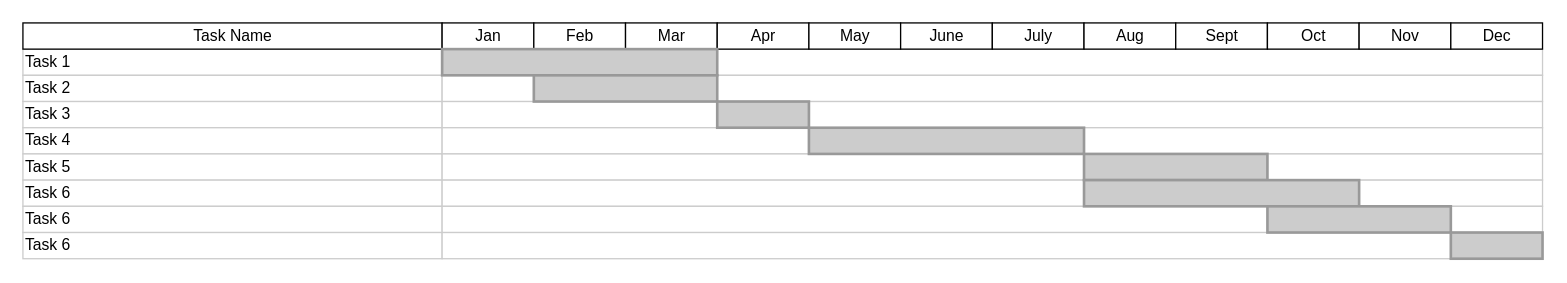
VioletBenin/_Graduation_Project keeps this draw.io diagram as gant.drawio. Above is the earlier version. Source tidied: cells renumbered, new cells numbered last; positions are measured from the earlier drawing's top-left corner, leaving out a move shared by most shapes. Both pictures are drawn from the tidied source at 131%, with x=0, y=0 at pixel (22, 22).
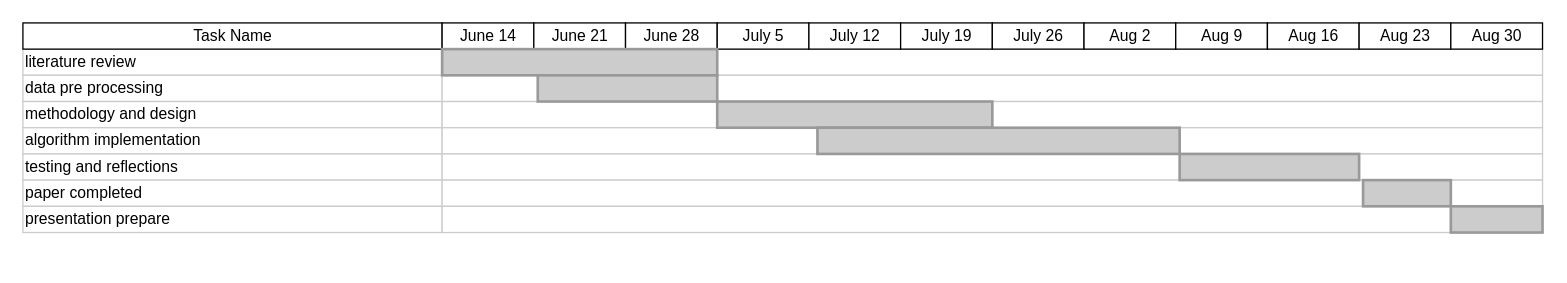
Above is the later version.

What changed in the source:
```diff
@@
-    <mxCell id="2" value="Task 1" style="align=left;strokeColor=#CCCCCC;html=1;" parent="1" vertex="1">
+    <mxCell id="2" value="literature review" style="align=left;strokeColor=#CCCCCC;html=1;" parent="1" vertex="1">
       <mxGeometry y="20" width="320" height="20" as="geometry" />
     </mxCell>
-    <mxCell id="3" value="Task 2" style="align=left;strokeColor=#CCCCCC;html=1;" parent="1" vertex="1">
+    <mxCell id="3" value="data pre processing" style="align=left;strokeColor=#CCCCCC;html=1;" parent="1" vertex="1">
       <mxGeometry y="40" width="320" height="20" as="geometry" />
     </mxCell>
-    <mxCell id="4" value="Task 3" style="align=left;strokeColor=#CCCCCC;html=1;" parent="1" vertex="1">
+    <mxCell id="4" value="methodology and design" style="align=left;strokeColor=#CCCCCC;html=1;" parent="1" vertex="1">
       <mxGeometry y="60" width="320" height="20" as="geometry" />
     </mxCell>
-    <mxCell id="5" value="Task 4" style="align=left;strokeColor=#CCCCCC;html=1;" parent="1" vertex="1">
-      <mxGeometry y="80" width="320" height="20" as="geometry" />
-    </mxCell>
-    <mxCell id="6" value="Task 5" style="align=left;strokeColor=#CCCCCC;html=1;" parent="1" vertex="1">
-      <mxGeometry y="100" width="320" height="20" as="geometry" />
+    <mxCell id="6" value="algorithm implementation" style="align=left;strokeColor=#CCCCCC;html=1;" parent="1" vertex="1">
+      <mxGeometry y="80" width="320" height="20" as="geometry" />
     </mxCell>
-    <mxCell id="7" value="Task 6" style="align=left;strokeColor=#CCCCCC;html=1;" parent="1" vertex="1">
-      <mxGeometry y="120" width="320" height="20" as="geometry" />
+    <mxCell id="7" value="testing and reflections" style="align=left;strokeColor=#CCCCCC;html=1;" parent="1" vertex="1">
+      <mxGeometry y="100" width="320" height="20" as="geometry" />
     </mxCell>
@@
-    <mxCell id="9" value="Task 6" style="align=left;strokeColor=#CCCCCC;html=1;" parent="1" vertex="1">
-      <mxGeometry y="140" width="320" height="20" as="geometry" />
+    <mxCell id="9" value="paper completed" style="align=left;strokeColor=#CCCCCC;html=1;" parent="1" vertex="1">
+      <mxGeometry y="120" width="320" height="20" as="geometry" />
     </mxCell>
-    <mxCell id="10" value="Task 6" style="align=left;strokeColor=#CCCCCC;html=1;" parent="1" vertex="1">
-      <mxGeometry y="160" width="320" height="20" as="geometry" />
+    <mxCell id="10" value="presentation prepare" style="align=left;strokeColor=#CCCCCC;html=1;" parent="1" vertex="1">
+      <mxGeometry y="140" width="320" height="20" as="geometry" />
     </mxCell>
@@
-    <mxCell id="12" value="Jan" style="strokeWidth=1;fontStyle=0;html=1;" parent="1" vertex="1">
+    <mxCell id="12" value="June 14" style="strokeWidth=1;fontStyle=0;html=1;" parent="1" vertex="1">
       <mxGeometry x="320" width="70" height="20" as="geometry" />
     </mxCell>
-    <mxCell id="13" value="Feb" style="strokeWidth=1;fontStyle=0;html=1;" parent="1" vertex="1">
+    <mxCell id="13" value="June 21" style="strokeWidth=1;fontStyle=0;html=1;" parent="1" vertex="1">
       <mxGeometry x="390" width="70" height="20" as="geometry" />
     </mxCell>
-    <mxCell id="14" value="Mar" style="strokeWidth=1;fontStyle=0;html=1;" parent="1" vertex="1">
+    <mxCell id="14" value="June 28" style="strokeWidth=1;fontStyle=0;html=1;" parent="1" vertex="1">
       <mxGeometry x="460" width="70" height="20" as="geometry" />
     </mxCell>
-    <mxCell id="15" value="Apr" style="strokeWidth=1;fontStyle=0;html=1;" parent="1" vertex="1">
+    <mxCell id="15" value="July 5" style="strokeWidth=1;fontStyle=0;html=1;" parent="1" vertex="1">
       <mxGeometry x="530" width="70" height="20" as="geometry" />
     </mxCell>
-    <mxCell id="16" value="May" style="strokeWidth=1;fontStyle=0;html=1;" parent="1" vertex="1">
+    <mxCell id="16" value="July 12" style="strokeWidth=1;fontStyle=0;html=1;" parent="1" vertex="1">
       <mxGeometry x="600" width="70" height="20" as="geometry" />
     </mxCell>
-    <mxCell id="17" value="June" style="strokeWidth=1;fontStyle=0;html=1;" parent="1" vertex="1">
+    <mxCell id="17" value="July 19" style="strokeWidth=1;fontStyle=0;html=1;" parent="1" vertex="1">
       <mxGeometry x="670" width="70" height="20" as="geometry" />
     </mxCell>
-    <mxCell id="18" value="July" style="strokeWidth=1;fontStyle=0;html=1;" parent="1" vertex="1">
+    <mxCell id="18" value="July 26" style="strokeWidth=1;fontStyle=0;html=1;" parent="1" vertex="1">
       <mxGeometry x="740" width="70" height="20" as="geometry" />
     </mxCell>
-    <mxCell id="19" value="Aug" style="strokeWidth=1;fontStyle=0;html=1;" parent="1" vertex="1">
+    <mxCell id="19" value="Aug 2" style="strokeWidth=1;fontStyle=0;html=1;" parent="1" vertex="1">
       <mxGeometry x="810" width="70" height="20" as="geometry" />
     </mxCell>
-    <mxCell id="20" value="Sept" style="strokeWidth=1;fontStyle=0;html=1;" parent="1" vertex="1">
+    <mxCell id="20" value="Aug 9" style="strokeWidth=1;fontStyle=0;html=1;" parent="1" vertex="1">
       <mxGeometry x="880" width="70" height="20" as="geometry" />
     </mxCell>
-    <mxCell id="21" value="Oct" style="strokeWidth=1;fontStyle=0;html=1;" parent="1" vertex="1">
+    <mxCell id="21" value="Aug 16" style="strokeWidth=1;fontStyle=0;html=1;" parent="1" vertex="1">
       <mxGeometry x="950" width="70" height="20" as="geometry" />
     </mxCell>
-    <mxCell id="22" value="Nov" style="strokeWidth=1;fontStyle=0;html=1;" parent="1" vertex="1">
+    <mxCell id="22" value="Aug 23" style="strokeWidth=1;fontStyle=0;html=1;" parent="1" vertex="1">
       <mxGeometry x="1020" width="70" height="20" as="geometry" />
     </mxCell>
-    <mxCell id="23" value="Dec" style="strokeWidth=1;fontStyle=0;html=1;" parent="1" vertex="1">
+    <mxCell id="23" value="Aug 30" style="strokeWidth=1;fontStyle=0;html=1;" parent="1" vertex="1">
       <mxGeometry x="1090" width="70" height="20" as="geometry" />
     </mxCell>
@@
-    <mxCell id="26" style="align=left;strokeColor=#CCCCCC;html=1;" parent="1" vertex="1">
-      <mxGeometry x="320" y="80" width="840" height="20" as="geometry" />
-    </mxCell>
     <mxCell id="27" style="align=left;strokeColor=#CCCCCC;html=1;" parent="1" vertex="1">
-      <mxGeometry x="320" y="100" width="840" height="20" as="geometry" />
+      <mxGeometry x="320" y="80" width="840" height="20" as="geometry" />
     </mxCell>
     <mxCell id="28" style="align=left;strokeColor=#CCCCCC;html=1;" parent="1" vertex="1">
-      <mxGeometry x="320" y="120" width="840" height="20" as="geometry" />
+      <mxGeometry x="320" y="100" width="840" height="20" as="geometry" />
     </mxCell>
     <mxCell id="29" style="align=left;strokeColor=#CCCCCC;html=1;" parent="1" vertex="1">
-      <mxGeometry x="320" y="140" width="840" height="20" as="geometry" />
+      <mxGeometry x="320" y="120" width="840" height="20" as="geometry" />
     </mxCell>
     <mxCell id="30" style="align=left;strokeColor=#CCCCCC;html=1;" parent="1" vertex="1">
-      <mxGeometry x="320" y="160" width="840" height="20" as="geometry" />
+      <mxGeometry x="320" y="140" width="840" height="20" as="geometry" />
     </mxCell>
@@
     <mxCell id="32" style="whiteSpace=wrap;html=1;strokeWidth=2;fillColor=#CCCCCC;gradientColor=none;fontSize=14;align=center;strokeColor=#999999;" parent="1" vertex="1">
-      <mxGeometry x="390" y="40" width="140" height="20" as="geometry" />
+      <mxGeometry x="393" y="40" width="137" height="20" as="geometry" />
     </mxCell>
-    <mxCell id="33" style="whiteSpace=wrap;html=1;strokeWidth=2;fillColor=#CCCCCC;gradientColor=none;fontSize=14;align=center;strokeColor=#999999;" parent="1" vertex="1">
-      <mxGeometry x="530" y="60" width="70" height="20" as="geometry" />
-    </mxCell>
     <mxCell id="34" style="whiteSpace=wrap;html=1;strokeWidth=2;fillColor=#CCCCCC;gradientColor=none;fontSize=14;align=center;strokeColor=#999999;" parent="1" vertex="1">
-      <mxGeometry x="600" y="80" width="210" height="20" as="geometry" />
+      <mxGeometry x="530" y="60" width="210" height="20" as="geometry" />
     </mxCell>
     <mxCell id="35" style="whiteSpace=wrap;html=1;strokeWidth=2;fillColor=#CCCCCC;gradientColor=none;fontSize=14;align=center;strokeColor=#999999;" parent="1" vertex="1">
-      <mxGeometry x="810" y="100" width="140" height="20" as="geometry" />
+      <mxGeometry x="606.5" y="80" width="276.5" height="20" as="geometry" />
     </mxCell>
     <mxCell id="36" style="whiteSpace=wrap;html=1;strokeWidth=2;fillColor=#CCCCCC;gradientColor=none;fontSize=14;align=center;strokeColor=#999999;" parent="1" vertex="1">
-      <mxGeometry x="810" y="120" width="210" height="20" as="geometry" />
+      <mxGeometry x="883" y="100" width="137" height="20" as="geometry" />
     </mxCell>
     <mxCell id="37" style="whiteSpace=wrap;html=1;strokeWidth=2;fillColor=#CCCCCC;gradientColor=none;fontSize=14;align=center;strokeColor=#999999;" parent="1" vertex="1">
-      <mxGeometry x="950" y="140" width="140" height="20" as="geometry" />
+      <mxGeometry x="1023" y="120" width="67" height="20" as="geometry" />
     </mxCell>
     <mxCell id="38" style="whiteSpace=wrap;html=1;strokeWidth=2;fillColor=#CCCCCC;gradientColor=none;fontSize=14;align=center;strokeColor=#999999;" parent="1" vertex="1">
-      <mxGeometry x="1090" y="160" width="70" height="20" as="geometry" />
+      <mxGeometry x="1090" y="140" width="70" height="20" as="geometry" />
     </mxCell>
```
